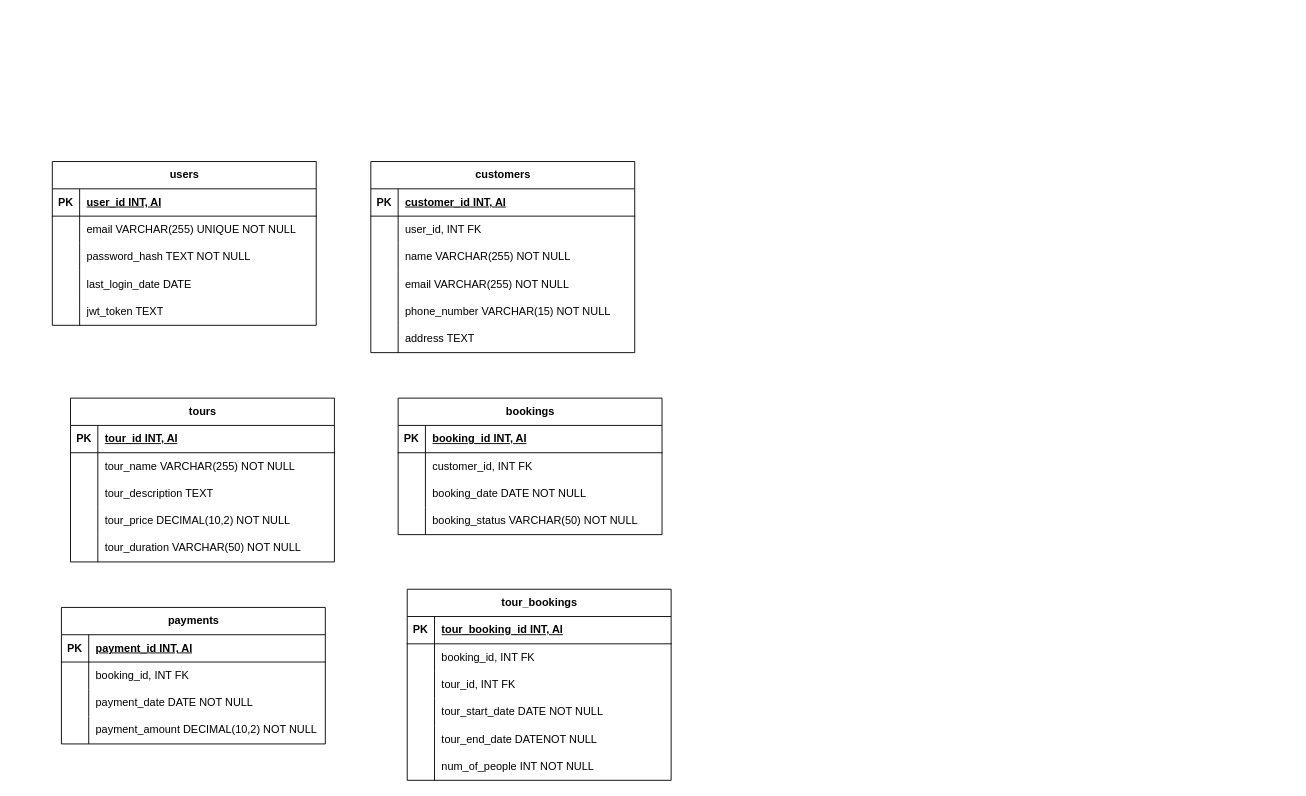
Earlier version of the draw.io diagram phase2livecode2.drawio (suryasaputra2016/YourFirstSite). Source tidied: cells renumbered, new cells numbered last; positions are measured from the earlier drawing's top-left corner, leaving out a move shared by most shapes. Both pictures are drawn from the tidied source at 91%, with x=0, y=0 at pixel (52, 161).
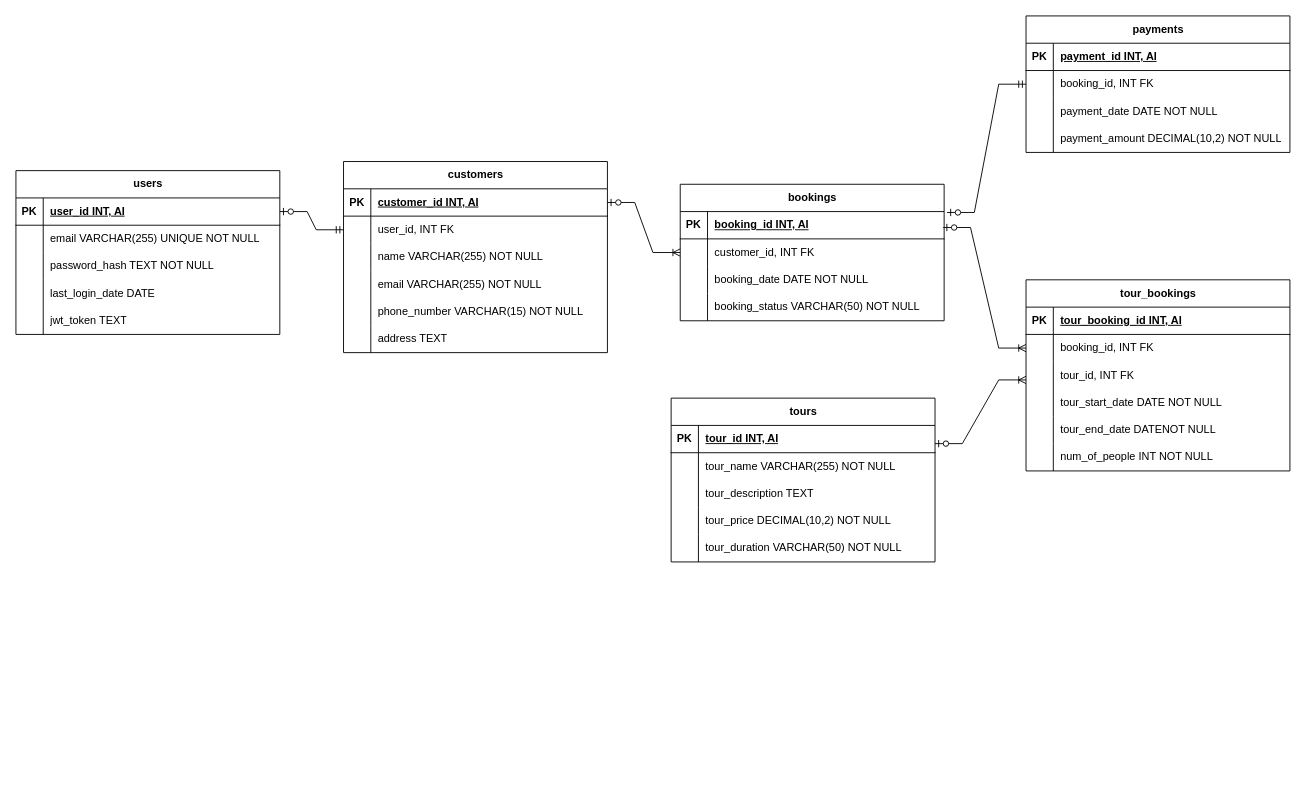
The same diagram, later.

Unchanged cells that the change refers to:
```xml
<mxCell id="3" style="shape=tableRow;horizontal=0;startSize=0;swimlaneHead=0;swimlaneBody=0;fillColor=none;points=[[0,0.5],[1,0.5]];portConstraint=eastwest;top=0;left=0;right=0;bottom=1;" parent="2" vertex="1">
  <mxGeometry y="30" width="290" height="30" as="geometry" />
</mxCell>
<mxCell id="19" style="shape=tableRow;horizontal=0;startSize=0;swimlaneHead=0;swimlaneBody=0;fillColor=none;points=[[0,0.5],[1,0.5]];portConstraint=eastwest;top=0;left=0;right=0;bottom=1;" parent="18" vertex="1">
  <mxGeometry y="30" width="290" height="30" as="geometry" />
</mxCell>
<mxCell id="22" style="shape=tableRow;horizontal=0;startSize=0;swimlaneHead=0;swimlaneBody=0;fillColor=none;points=[[0,0.5],[1,0.5]];portConstraint=eastwest;top=0;left=0;right=0;bottom=0;" parent="18" vertex="1">
  <mxGeometry y="60" width="290" height="30" as="geometry" />
</mxCell>
<mxCell id="54" style="shape=tableRow;horizontal=0;startSize=0;swimlaneHead=0;swimlaneBody=0;fillColor=none;points=[[0,0.5],[1,0.5]];portConstraint=eastwest;top=0;left=0;right=0;bottom=1;" parent="53" vertex="1">
  <mxGeometry y="30" width="290" height="30" as="geometry" />
</mxCell>
<mxCell id="57" style="shape=tableRow;horizontal=0;startSize=0;swimlaneHead=0;swimlaneBody=0;fillColor=none;points=[[0,0.5],[1,0.5]];portConstraint=eastwest;top=0;left=0;right=0;bottom=0;" parent="53" vertex="1">
  <mxGeometry y="60" width="290" height="30" as="geometry" />
</mxCell>
<mxCell id="70" style="shape=tableRow;horizontal=0;startSize=0;swimlaneHead=0;swimlaneBody=0;fillColor=none;points=[[0,0.5],[1,0.5]];portConstraint=eastwest;top=0;left=0;right=0;bottom=0;" parent="66" vertex="1">
  <mxGeometry y="60" width="290" height="30" as="geometry" />
</mxCell>
<mxCell id="73" style="shape=tableRow;horizontal=0;startSize=0;swimlaneHead=0;swimlaneBody=0;fillColor=none;points=[[0,0.5],[1,0.5]];portConstraint=eastwest;top=0;left=0;right=0;bottom=0;" parent="66" vertex="1">
  <mxGeometry y="90" width="290" height="30" as="geometry" />
</mxCell>
<mxCell id="89" style="shape=tableRow;horizontal=0;startSize=0;swimlaneHead=0;swimlaneBody=0;fillColor=none;points=[[0,0.5],[1,0.5]];portConstraint=eastwest;top=0;left=0;right=0;bottom=0;" parent="85" vertex="1">
  <mxGeometry y="60" width="290" height="30" as="geometry" />
</mxCell>
```

The edit, as a diff of the source:
```diff
@@
     <mxCell id="2" value="users" style="shape=table;startSize=30;childLayout=tableLayout;rowLines=0;fontStyle=1;align=center;html=1;" parent="1" vertex="1">
-      <mxGeometry width="290" height="180" as="geometry" />
+      <mxGeometry x="-40" y="10" width="290" height="180" as="geometry" />
     </mxCell>
@@
     <mxCell id="18" value="customers" style="shape=table;startSize=30;childLayout=tableLayout;rowLines=0;fontStyle=1;align=center;html=1;" parent="1" vertex="1">
-      <mxGeometry x="350" width="290" height="210" as="geometry" />
+      <mxGeometry x="320" width="290" height="210" as="geometry" />
     </mxCell>
@@
     <mxCell id="37" value="tours" style="shape=table;startSize=30;childLayout=tableLayout;rowLines=0;fontStyle=1;align=center;html=1;" parent="1" vertex="1">
-      <mxGeometry x="20" y="260" width="290" height="180" as="geometry" />
+      <mxGeometry x="680" y="260" width="290" height="180" as="geometry" />
     </mxCell>
@@
     <mxCell id="53" value="bookings" style="shape=table;startSize=30;childLayout=tableLayout;rowLines=0;fontStyle=1;align=center;html=1;" parent="1" vertex="1">
-      <mxGeometry x="380" y="260" width="290" height="150" as="geometry" />
+      <mxGeometry x="690" y="25" width="290" height="150" as="geometry" />
     </mxCell>
@@
     <mxCell id="66" value="tour_bookings" style="shape=table;startSize=30;childLayout=tableLayout;rowLines=0;fontStyle=1;align=center;html=1;" parent="1" vertex="1">
-      <mxGeometry x="390" y="470" width="290" height="210" as="geometry" />
+      <mxGeometry x="1070" y="130" width="290" height="210" as="geometry" />
     </mxCell>
@@
     <mxCell id="85" value="payments" style="shape=table;startSize=30;childLayout=tableLayout;rowLines=0;fontStyle=1;align=center;html=1;" parent="1" vertex="1">
-      <mxGeometry x="10" y="490" width="290" height="150" as="geometry" />
+      <mxGeometry x="1070" y="-160" width="290" height="150" as="geometry" />
     </mxCell>
@@
+    <mxCell id="98" style="edgeStyle=entityRelationEdgeStyle;fontSize=12;html=1;endArrow=ERzeroToOne;startArrow=ERmandOne;rounded=0;entryX=1;entryY=0.5;entryDx=0;entryDy=0;exitX=0;exitY=0.5;exitDx=0;exitDy=0;" parent="1" edge="1" source="22" target="3">
+      <mxGeometry relative="1" as="geometry">
+        <Array as="points">
+          <mxPoint x="260" y="60" />
+        </Array>
+      </mxGeometry>
+    </mxCell>
+    <mxCell id="99" style="edgeStyle=entityRelationEdgeStyle;fontSize=12;html=1;endArrow=ERoneToMany;startArrow=ERzeroToOne;rounded=0;exitX=1;exitY=0.5;exitDx=0;exitDy=0;entryX=0;entryY=0.5;entryDx=0;entryDy=0;" parent="1" edge="1" source="19" target="57">
+      <mxGeometry relative="1" as="geometry" />
+    </mxCell>
+    <mxCell id="100" style="edgeStyle=entityRelationEdgeStyle;fontSize=12;html=1;endArrow=ERoneToMany;startArrow=ERzeroToOne;rounded=0;exitX=1;exitY=0.5;exitDx=0;exitDy=0;entryX=0;entryY=0.5;entryDx=0;entryDy=0;" parent="1" edge="1" target="70">
+      <mxGeometry relative="1" as="geometry">
+        <mxPoint x="979" y="72.5" as="sourcePoint" />
+      </mxGeometry>
+    </mxCell>
+    <mxCell id="101" style="edgeStyle=entityRelationEdgeStyle;fontSize=12;html=1;endArrow=ERoneToMany;startArrow=ERzeroToOne;rounded=0;exitX=1;exitY=0.5;exitDx=0;exitDy=0;entryX=0;entryY=0.667;entryDx=0;entryDy=0;entryPerimeter=0;" parent="1" edge="1" target="73">
+      <mxGeometry relative="1" as="geometry">
+        <mxPoint x="970" y="310" as="sourcePoint" />
+      </mxGeometry>
+    </mxCell>
+    <mxCell id="102" style="edgeStyle=entityRelationEdgeStyle;fontSize=12;html=1;endArrow=ERzeroToOne;startArrow=ERmandOne;rounded=0;entryX=1.011;entryY=0.033;entryDx=0;entryDy=0;entryPerimeter=0;" parent="1" edge="1" source="89" target="54">
+      <mxGeometry relative="1" as="geometry">
+        <Array as="points">
+          <mxPoint x="990" y="-55" />
+        </Array>
+      </mxGeometry>
+    </mxCell>
```
